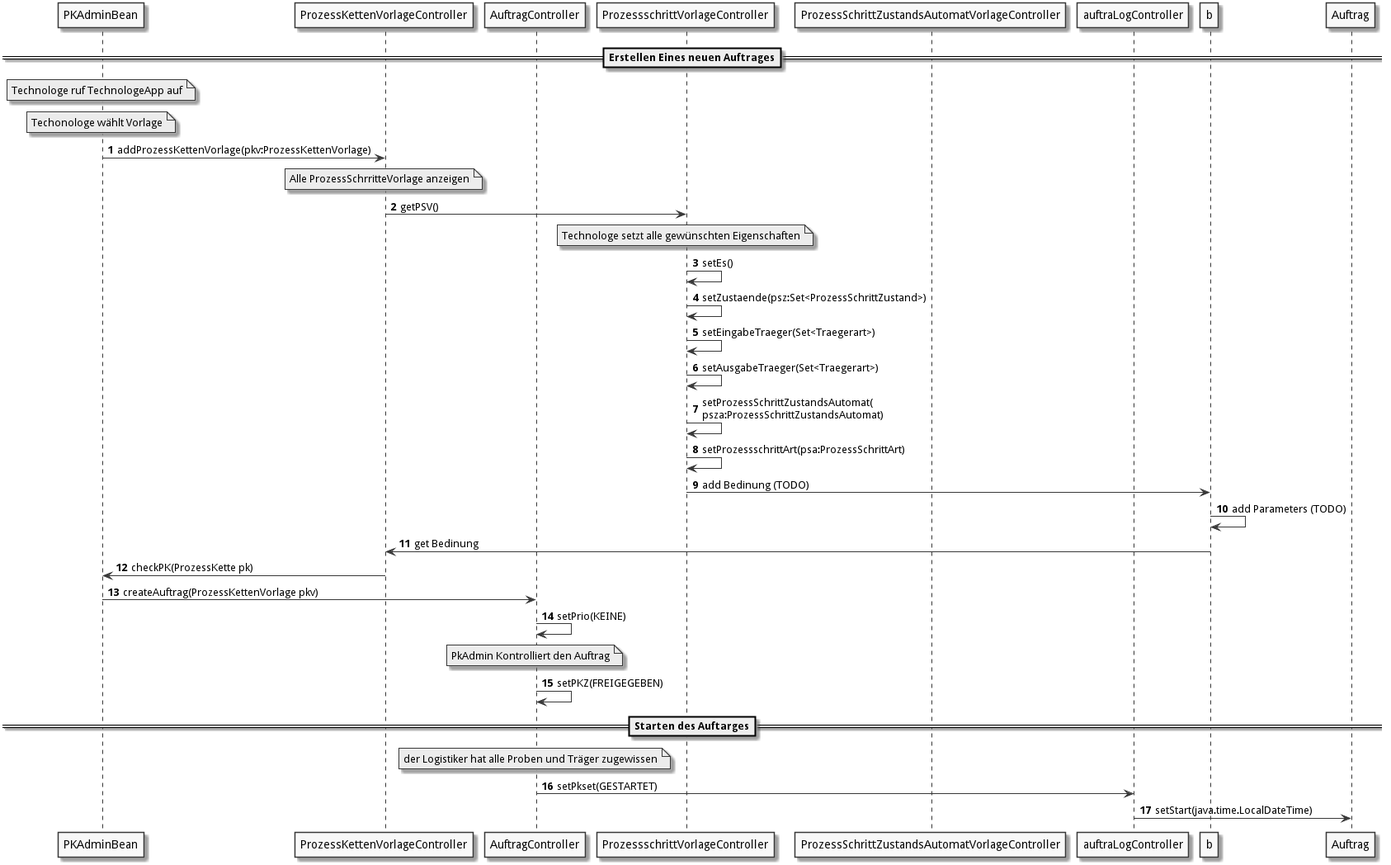
This is doc/UML/aw/pkErstellen.png from fkehlenb/softwareprojekt-2, a PlantUML export, as it was before one commit.
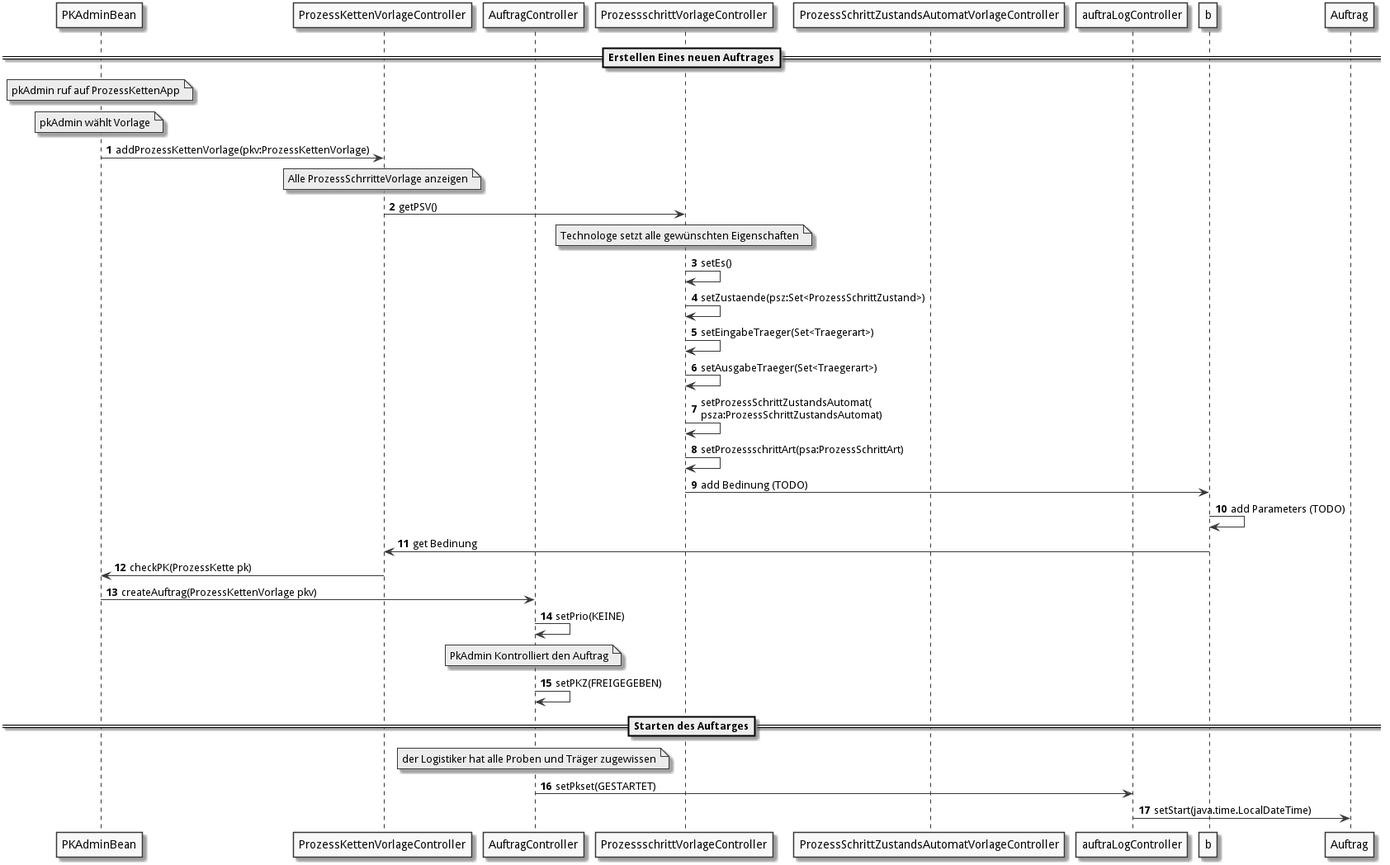
The same file after the commit.

Commit message:
change name of actor

Diff of the diagram source:
```diff
@@ -11,8 +11,8 @@
 participant "auftraLogController" as aLog
 
   ==Erstellen Eines neuen Auftrages==
-note over pkaB : Technologe ruf TechnologeApp auf
-note over pkaB: Techonologe wählt Vorlage
+note over pkaB : pkAdmin ruf auf ProzessKettenApp
+note over pkaB: pkAdmin wählt Vorlage
 pkaB -> pkv : addProzessKettenVorlage(pkv:ProzessKettenVorlage)
 note over pkv : Alle ProzessSchrritteVorlage anzeigen
 pkv -> psv : getPSV()
```
